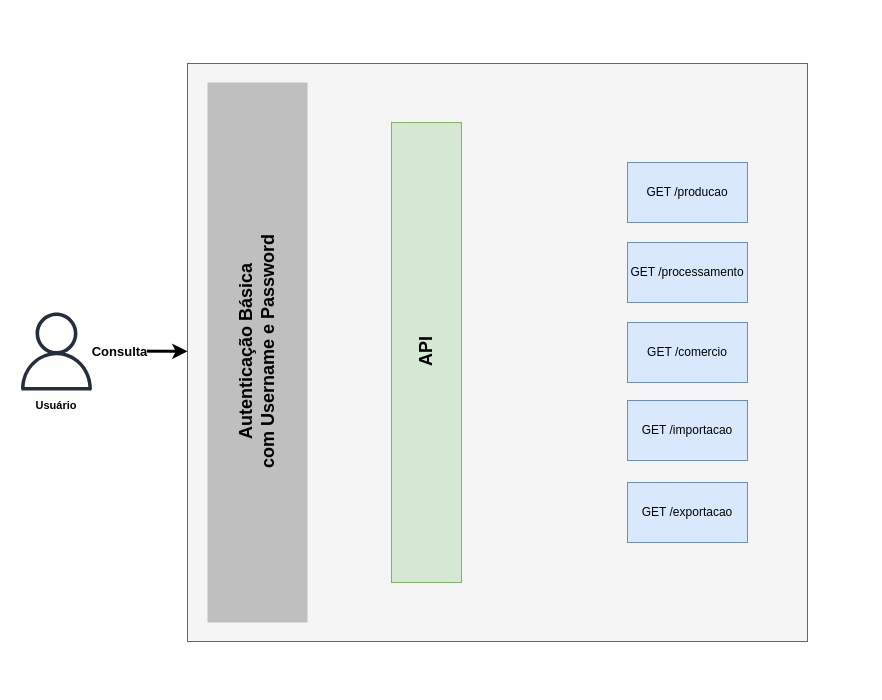
Above: Diagrama sem nome.drawio in Guidev001/vitivinicultura-api (draw.io), before the change. Source tidied: cells renumbered, new cells numbered last; positions are measured from the earlier drawing's top-left corner, leaving out a move shared by most shapes. Both pictures are drawn from the tidied source at 100%, with x=0, y=0 at pixel (17, 63).
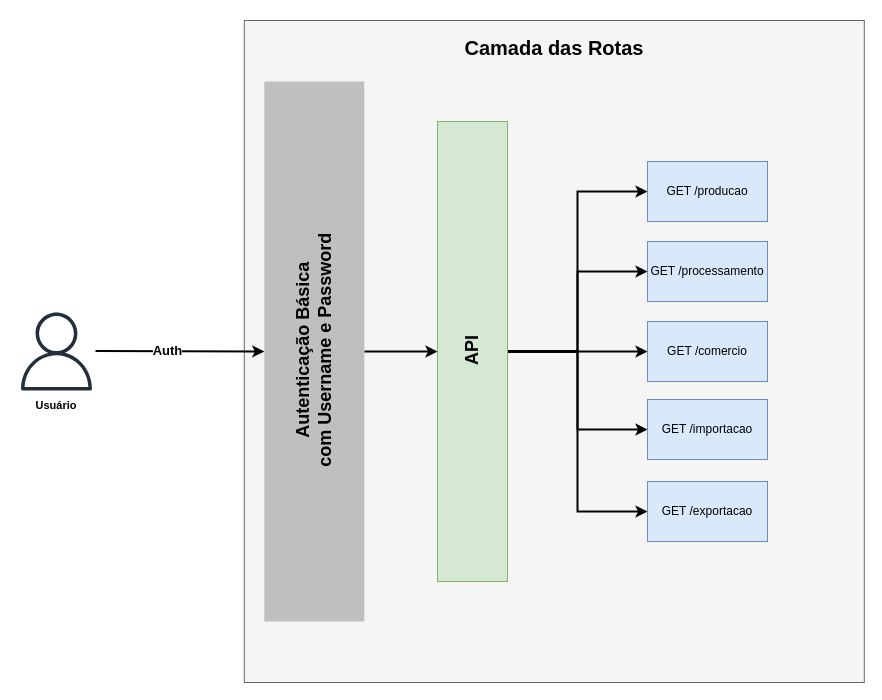
The same page after the edit.

What changed in the source:
```diff
@@
     <mxCell id="2" style="rounded=0;whiteSpace=wrap;html=1;fillColor=#f5f5f5;strokeColor=#666666;fontColor=#333333;" parent="1" vertex="1">
-      <mxGeometry x="170" width="620" height="578" as="geometry" />
+      <mxGeometry x="226.8" y="-43" width="620" height="662" as="geometry" />
     </mxCell>
@@
+    <mxCell id="16" style="edgeStyle=orthogonalEdgeStyle;rounded=0;jettySize=auto;html=1;entryX=1;entryY=0.5;entryDx=0;entryDy=0;fontSize=11;strokeWidth=2;" parent="1" edge="1" source="5" target="8">
+      <mxGeometry relative="1" as="geometry" />
+    </mxCell>
     <mxCell id="5" style="rounded=0;whiteSpace=wrap;html=1;fillColor=#BFBFBF;strokeColor=none;fontColor=#333333;fillStyle=auto;" parent="1" vertex="1">
-      <mxGeometry x="190" y="19" width="100" height="540" as="geometry" />
+      <mxGeometry x="246.8" y="18" width="100" height="540" as="geometry" />
     </mxCell>
-    <mxCell id="6" style="endArrow=classic;html=1;rounded=0;strokeWidth=3;" parent="1" edge="1" target="2">
+    <mxCell id="6" style="endArrow=classic;html=1;rounded=0;strokeWidth=2;entryX=0;entryY=0.5;entryDx=0;entryDy=0;" parent="1" edge="1" target="5">
       <mxGeometry relative="1" as="geometry">
         <mxPoint x="78" y="287.5" as="sourcePoint" />
       </mxGeometry>
     </mxCell>
-    <mxCell id="7" value="Consulta" style="edgeLabel;html=1;align=center;verticalAlign=middle;fontSize=13;fontStyle=1;" parent="6" vertex="1">
+    <mxCell id="7" value="Auth" style="edgeLabel;html=1;align=center;verticalAlign=middle;fontSize=13;fontStyle=1;" parent="6" vertex="1">
       <mxGeometry x="-0.12" relative="1" as="geometry">
-        <mxPoint x="-16" as="offset" />
+        <mxPoint x="-2" y="-1" as="offset" />
       </mxGeometry>
     </mxCell>
+    <mxCell id="17" style="edgeStyle=orthogonalEdgeStyle;rounded=0;jettySize=auto;html=1;strokeWidth=2;" parent="1" edge="1" source="8" target="10">
+      <mxGeometry relative="1" as="geometry" />
+    </mxCell>
+    <mxCell id="18" style="edgeStyle=orthogonalEdgeStyle;rounded=0;jettySize=auto;html=1;entryX=0;entryY=0.5;entryDx=0;entryDy=0;strokeWidth=2;" parent="1" edge="1" source="8" target="11">
+      <mxGeometry relative="1" as="geometry" />
+    </mxCell>
+    <mxCell id="19" style="edgeStyle=orthogonalEdgeStyle;rounded=0;jettySize=auto;html=1;exitX=0;exitY=0.5;exitDx=0;exitDy=0;strokeWidth=2;" parent="1" edge="1" source="8" target="12">
+      <mxGeometry relative="1" as="geometry" />
+    </mxCell>
+    <mxCell id="20" style="edgeStyle=orthogonalEdgeStyle;rounded=0;jettySize=auto;html=1;strokeWidth=2;" parent="1" edge="1" source="8" target="13">
+      <mxGeometry relative="1" as="geometry" />
+    </mxCell>
+    <mxCell id="21" style="edgeStyle=orthogonalEdgeStyle;rounded=0;jettySize=auto;html=1;strokeWidth=2;" parent="1" edge="1" source="8" target="14">
+      <mxGeometry relative="1" as="geometry" />
+    </mxCell>
     <mxCell id="8" value="&lt;h2&gt;&lt;br&gt;&lt;/h2&gt;" style="rounded=0;whiteSpace=wrap;html=1;fillColor=#d5e8d4;strokeColor=#82b366;direction=west;" parent="1" vertex="1">
-      <mxGeometry x="374" y="59" width="70" height="460" as="geometry" />
+      <mxGeometry x="420" y="58" width="70" height="460" as="geometry" />
     </mxCell>
     <mxCell id="9" value="&lt;h2&gt;API&lt;/h2&gt;" style="text;html=1;align=center;verticalAlign=middle;whiteSpace=wrap;rounded=0;rotation=270;" parent="1" vertex="1">
-      <mxGeometry x="379" y="273" width="60" height="30" as="geometry" />
+      <mxGeometry x="425" y="272" width="60" height="30" as="geometry" />
     </mxCell>
     <mxCell id="10" value="GET /producao" style="rounded=0;whiteSpace=wrap;html=1;fillColor=#dae8fc;strokeColor=#6c8ebf;" parent="1" vertex="1">
-      <mxGeometry x="610" y="99" width="120" height="60" as="geometry" />
+      <mxGeometry x="630" y="98" width="120" height="60" as="geometry" />
     </mxCell>
     <mxCell id="11" value="GET /processamento" style="rounded=0;whiteSpace=wrap;html=1;fillColor=#dae8fc;strokeColor=#6c8ebf;" parent="1" vertex="1">
-      <mxGeometry x="610" y="179" width="120" height="60" as="geometry" />
+      <mxGeometry x="630" y="178" width="120" height="60" as="geometry" />
     </mxCell>
     <mxCell id="12" value="GET /comercio" style="rounded=0;whiteSpace=wrap;html=1;fillColor=#dae8fc;strokeColor=#6c8ebf;" parent="1" vertex="1">
-      <mxGeometry x="610" y="259" width="120" height="60" as="geometry" />
+      <mxGeometry x="630" y="258" width="120" height="60" as="geometry" />
     </mxCell>
     <mxCell id="13" value="GET /importacao" style="rounded=0;whiteSpace=wrap;html=1;fillColor=#dae8fc;strokeColor=#6c8ebf;" parent="1" vertex="1">
-      <mxGeometry x="610" y="337" width="120" height="60" as="geometry" />
+      <mxGeometry x="630" y="336" width="120" height="60" as="geometry" />
     </mxCell>
     <mxCell id="14" value="GET /exportacao" style="rounded=0;whiteSpace=wrap;html=1;fillColor=#dae8fc;strokeColor=#6c8ebf;" parent="1" vertex="1">
-      <mxGeometry x="610" y="419" width="120" height="60" as="geometry" />
+      <mxGeometry x="630" y="418" width="120" height="60" as="geometry" />
     </mxCell>
     <mxCell id="15" value="&lt;h2&gt;Autenticação Básica&lt;br&gt;com Username e Password&lt;/h2&gt;" style="text;html=1;align=center;verticalAlign=middle;whiteSpace=wrap;rounded=0;rotation=270;fontSize=12;fontStyle=1;fontFamily=Helvetica;" parent="1" vertex="1">
-      <mxGeometry x="103.2" y="269.8" width="273.6" height="36.4" as="geometry" />
+      <mxGeometry x="160" y="268.8" width="273.6" height="36.4" as="geometry" />
     </mxCell>
+    <mxCell id="22" value="&lt;h1&gt;&lt;font style=&quot;font-size: 20px;&quot;&gt;Camada das Rotas&lt;/font&gt;&lt;/h1&gt;" style="text;html=1;align=center;verticalAlign=middle;whiteSpace=wrap;rounded=0;" parent="1" vertex="1">
+      <mxGeometry x="442.8" y="-31" width="188.1" height="30" as="geometry" />
+    </mxCell>
```
